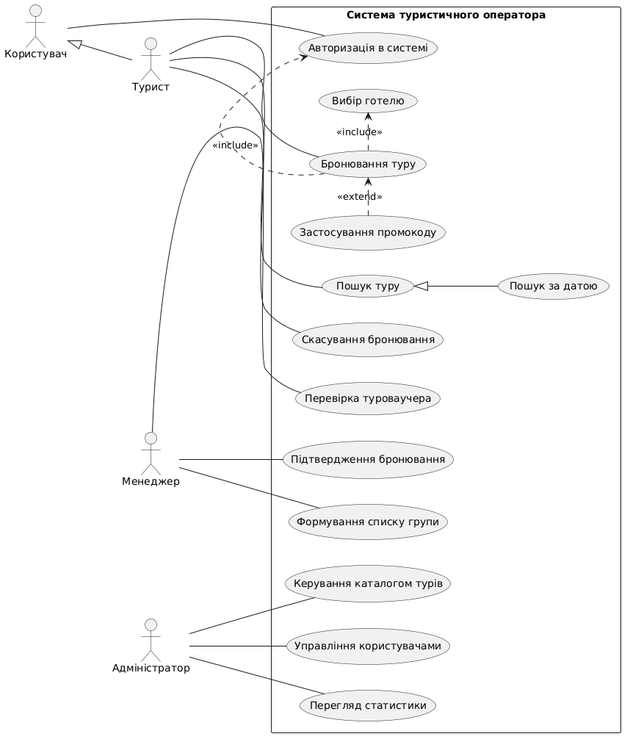
Julietkaaaaaaaa/php.lab1 keeps this PlantUML diagram as docs/use_case_diagram.png. Above is the earlier version.
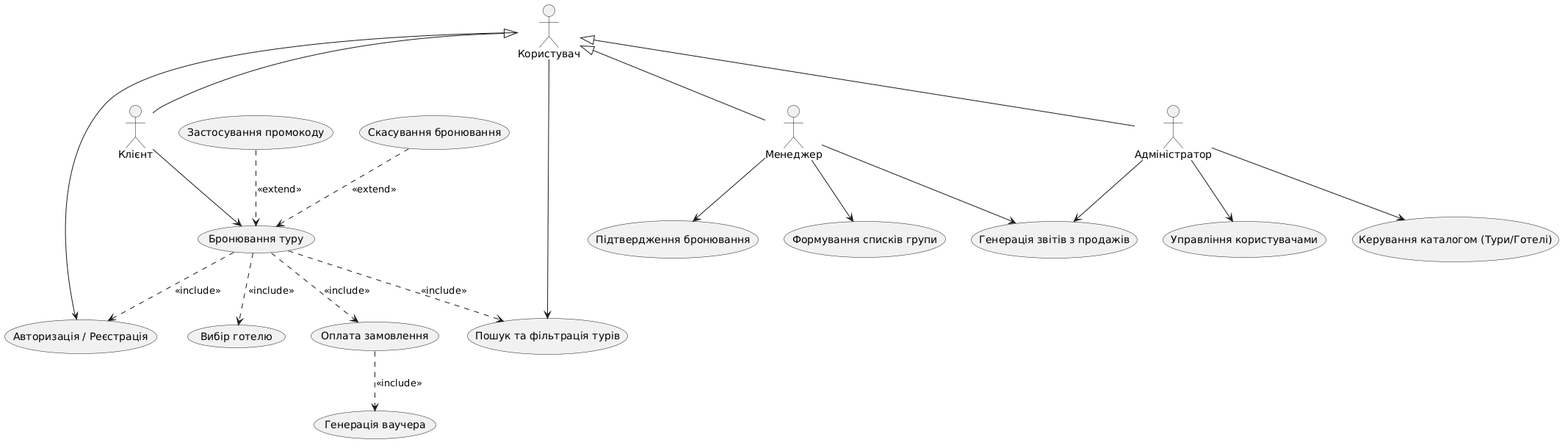
The same file after the commit.

Commit message:
Update use case and class diagrams based on new requirements

Change to the diagram source:
```diff
@@ -1,49 +1,52 @@
 @startuml
-left to right direction
-skinparam packageStyle rectangle
+top to bottom direction
 
-actor "Користувач" as user
-actor "Турист" as tourist
-actor "Менеджер" as manager
-actor "Адміністратор" as admin
+actor "Користувач" as User
+actor "Клієнт" as Client
+actor "Менеджер" as Manager
+actor "Адміністратор" as Admin
 
-tourist -up-|> user
+Client -up-|> User
+Manager -up-|> User
+Admin -up-|> User
 
-rectangle "Система туристичного оператора" {
+usecase "Авторизація / Реєстрація" as UC_Auth
+usecase "Пошук та фільтрація турів" as UC_Search
 
-    usecase "Авторизація в системі" as UC_Auth
-    usecase "Пошук туру" as UC_Search
-    usecase "Пошук за датою" as UC_SearchDate
-    usecase "Бронювання туру" as UC_Book
-    usecase "Вибір готелю" as UC_Hotel
-    usecase "Застосування промокоду" as UC_Promo
-    usecase "Скасування бронювання" as UC_Cancel
+usecase "Бронювання туру" as UC_Book
+usecase "Вибір готелю" as UC_Hotel
+usecase "Застосування промокоду" as UC_Promo
+usecase "Оплата замовлення" as UC_Pay
+usecase "Генерація ваучера" as UC_Voucher
+usecase "Скасування бронювання" as UC_Cancel
 
-    usecase "Перевірка туроваучера" as UC_CheckVoucher
-    usecase "Підтвердження бронювання" as UC_Confirm
-    usecase "Формування списку групи" as UC_GroupList
+usecase "Підтвердження бронювання" as UC_Confirm
+usecase "Формування списків групи" as UC_Group
+usecase "Генерація звітів з продажів" as UC_Report
+usecase "Керування каталогом (Тури/Готелі)" as UC_ManageTours
+usecase "Управління користувачами" as UC_ManageUsers
 
-    usecase "Керування каталогом турів" as UC_ManageTours
-    usecase "Управління користувачами" as UC_ManageUsers
-    usecase "Перегляд статистики" as UC_Stats
-}
 
-user -- UC_Auth
+User --> UC_Auth
+User --> UC_Search
 
-tourist -- UC_Search
-tourist -- UC_Book
-tourist -- UC_Cancel
+Client --> UC_Book
 
-manager -- UC_CheckVoucher
-manager -- UC_Confirm
-manager -- UC_GroupList
+UC_Book ..> UC_Auth : <<include>>
+UC_Book ..> UC_Search : <<include>>
 
-admin -- UC_ManageTours
-admin -- UC_ManageUsers
-admin -- UC_Stats
+UC_Book ..> UC_Hotel : <<include>>
+UC_Book ..> UC_Pay : <<include>>
+UC_Pay ..> UC_Voucher : <<include>>
 
-UC_Book .> UC_Auth : <<include>>
-UC_Book .> UC_Hotel : <<include>>
-UC_Promo .> UC_Book : <<extend>>
-UC_SearchDate -up-|> UC_Search
+UC_Cancel ..> UC_Book : <<extend>>
+UC_Promo ..> UC_Book : <<extend>>
+
+Manager --> UC_Confirm
+Manager --> UC_Group
+Manager --> UC_Report
+
+Admin --> UC_ManageTours
+Admin --> UC_ManageUsers
+Admin --> UC_Report
 @enduml
```
